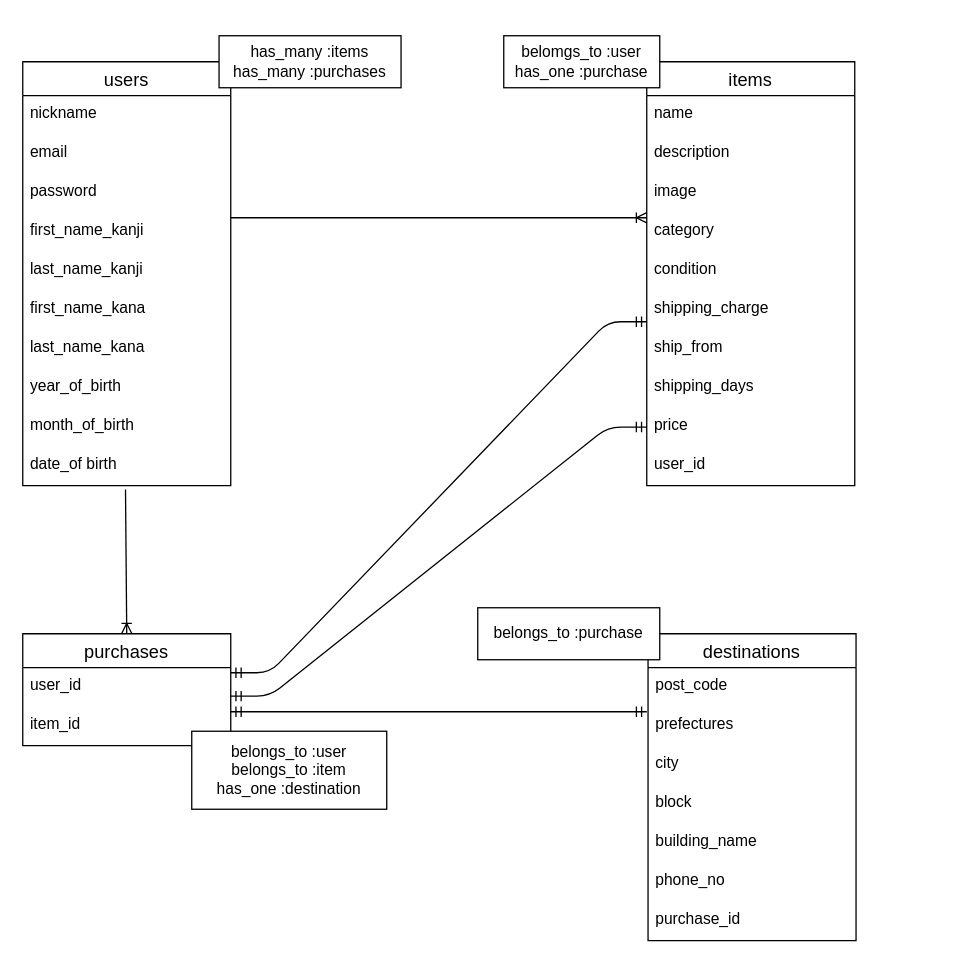
Before: table.dio in blue248/furima-38715, a draw.io diagram. Source tidied: cells renumbered, new cells numbered last; positions are measured from the earlier drawing's top-left corner, leaving out a move shared by most shapes. Both pictures are drawn from the tidied source at 130%, with x=0, y=0 at pixel (22, 35).
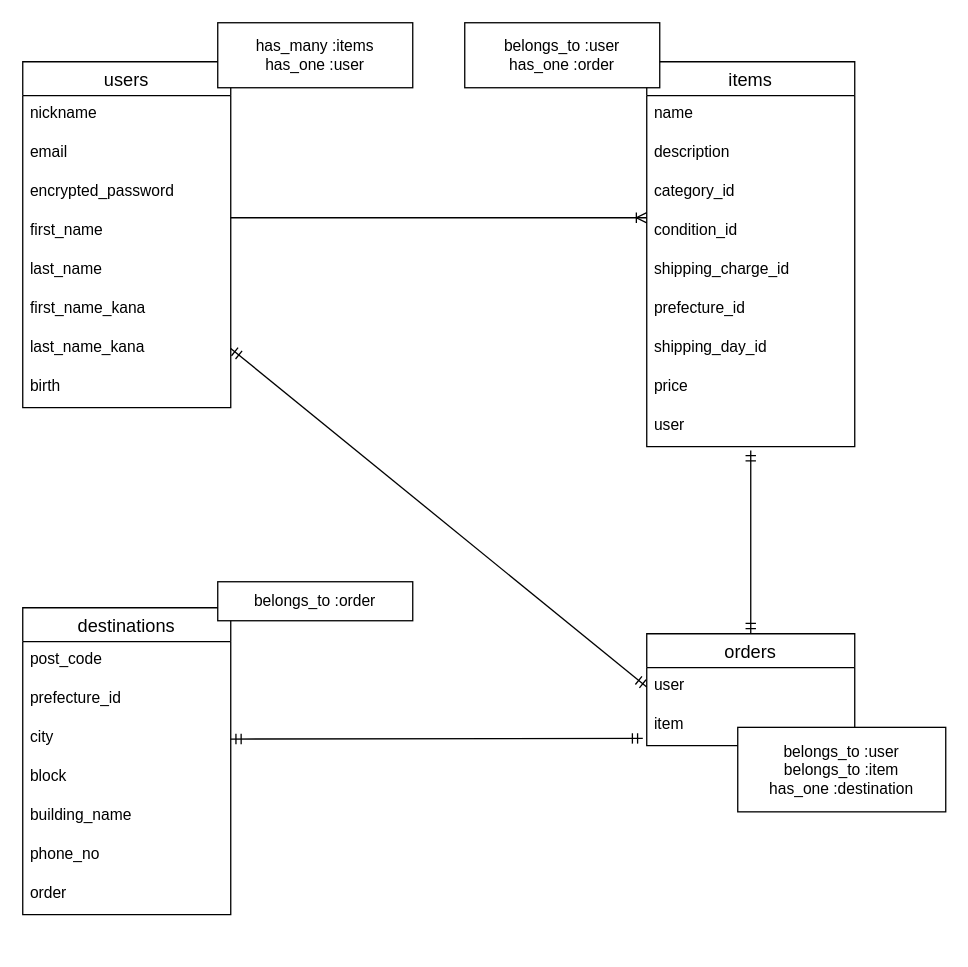
After the change.

Commit message (it also covers changes not shown here):
データベース設計の修正(表記、activehash仕様変更)

The change refers to these unchanged cells:
```xml
<mxCell id="30" value="city" style="text;strokeColor=none;fillColor=none;spacingLeft=4;spacingRight=4;overflow=hidden;points=[[0,0.5],[1,0.5]];portConstraint=eastwest;fontSize=12;" parent="27" vertex="1">
  <mxGeometry y="86" width="160" height="30" as="geometry" />
</mxCell>
```

Diff of the diagram source:
```diff
@@
     <mxCell id="2" value="users" style="swimlane;fontStyle=0;horizontal=1;startSize=26;align=center;fontSize=14;" parent="1" vertex="1">
-      <mxGeometry y="20" width="160" height="326" as="geometry" />
+      <mxGeometry y="20" width="160" height="266" as="geometry" />
     </mxCell>
@@
-    <mxCell id="5" value="password" style="text;strokeColor=none;fillColor=none;spacingLeft=4;spacingRight=4;overflow=hidden;fontSize=12;" parent="2" vertex="1">
+    <mxCell id="5" value="encrypted_password" style="text;strokeColor=none;fillColor=none;spacingLeft=4;spacingRight=4;overflow=hidden;fontSize=12;" parent="2" vertex="1">
       <mxGeometry y="86" width="160" height="30" as="geometry" />
     </mxCell>
-    <mxCell id="6" value="first_name_kanji" style="text;strokeColor=none;fillColor=none;spacingLeft=4;spacingRight=4;overflow=hidden;fontSize=12;" parent="2" vertex="1">
+    <mxCell id="6" value="first_name" style="text;strokeColor=none;fillColor=none;spacingLeft=4;spacingRight=4;overflow=hidden;fontSize=12;" parent="2" vertex="1">
       <mxGeometry y="116" width="160" height="30" as="geometry" />
     </mxCell>
-    <mxCell id="7" value="last_name_kanji" style="text;strokeColor=none;fillColor=none;spacingLeft=4;spacingRight=4;overflow=hidden;fontSize=12;" parent="2" vertex="1">
+    <mxCell id="7" value="last_name" style="text;strokeColor=none;fillColor=none;spacingLeft=4;spacingRight=4;overflow=hidden;fontSize=12;" parent="2" vertex="1">
       <mxGeometry y="146" width="160" height="30" as="geometry" />
     </mxCell>
@@
-    <mxCell id="10" value="year_of_birth" style="text;strokeColor=none;fillColor=none;spacingLeft=4;spacingRight=4;overflow=hidden;fontSize=12;" parent="2" vertex="1">
+    <mxCell id="10" value="birth" style="text;strokeColor=none;fillColor=none;spacingLeft=4;spacingRight=4;overflow=hidden;fontSize=12;" parent="2" vertex="1">
       <mxGeometry y="236" width="160" height="30" as="geometry" />
     </mxCell>
-    <mxCell id="11" value="month_of_birth" style="text;strokeColor=none;fillColor=none;spacingLeft=4;spacingRight=4;overflow=hidden;fontSize=12;" parent="2" vertex="1">
-      <mxGeometry y="266" width="160" height="30" as="geometry" />
-    </mxCell>
-    <mxCell id="12" value="date_of birth" style="text;strokeColor=none;fillColor=none;spacingLeft=4;spacingRight=4;overflow=hidden;points=[[0,0.5],[1,0.5]];portConstraint=eastwest;fontSize=12;" parent="2" vertex="1">
-      <mxGeometry y="296" width="160" height="30" as="geometry" />
-    </mxCell>
     <mxCell id="13" value="items" style="swimlane;fontStyle=0;horizontal=1;startSize=26;align=center;fontSize=14;" parent="1" vertex="1">
-      <mxGeometry x="480" y="20" width="160" height="326" as="geometry" />
+      <mxGeometry x="480" y="20" width="160" height="296" as="geometry" />
     </mxCell>
@@
-    <mxCell id="16" value="image" style="text;strokeColor=none;fillColor=none;spacingLeft=4;spacingRight=4;overflow=hidden;fontSize=12;" parent="13" vertex="1">
-      <mxGeometry y="86" width="160" height="30" as="geometry" />
-    </mxCell>
-    <mxCell id="17" value="category" style="text;strokeColor=none;fillColor=none;spacingLeft=4;spacingRight=4;overflow=hidden;fontSize=12;" parent="13" vertex="1">
-      <mxGeometry y="116" width="160" height="30" as="geometry" />
+    <mxCell id="17" value="category_id" style="text;strokeColor=none;fillColor=none;spacingLeft=4;spacingRight=4;overflow=hidden;fontSize=12;" parent="13" vertex="1">
+      <mxGeometry y="86" width="160" height="30" as="geometry" />
     </mxCell>
-    <mxCell id="18" value="condition" style="text;strokeColor=none;fillColor=none;spacingLeft=4;spacingRight=4;overflow=hidden;fontSize=12;" parent="13" vertex="1">
-      <mxGeometry y="146" width="160" height="30" as="geometry" />
+    <mxCell id="18" value="condition_id" style="text;strokeColor=none;fillColor=none;spacingLeft=4;spacingRight=4;overflow=hidden;fontSize=12;" parent="13" vertex="1">
+      <mxGeometry y="116" width="160" height="30" as="geometry" />
     </mxCell>
-    <mxCell id="19" value="shipping_charge" style="text;strokeColor=none;fillColor=none;spacingLeft=4;spacingRight=4;overflow=hidden;fontSize=12;" parent="13" vertex="1">
-      <mxGeometry y="176" width="160" height="30" as="geometry" />
+    <mxCell id="19" value="shipping_charge_id" style="text;strokeColor=none;fillColor=none;spacingLeft=4;spacingRight=4;overflow=hidden;fontSize=12;" parent="13" vertex="1">
+      <mxGeometry y="146" width="160" height="30" as="geometry" />
     </mxCell>
-    <mxCell id="20" value="ship_from" style="text;strokeColor=none;fillColor=none;spacingLeft=4;spacingRight=4;overflow=hidden;fontSize=12;" parent="13" vertex="1">
-      <mxGeometry y="206" width="160" height="30" as="geometry" />
+    <mxCell id="20" value="prefecture_id" style="text;strokeColor=none;fillColor=none;spacingLeft=4;spacingRight=4;overflow=hidden;fontSize=12;" parent="13" vertex="1">
+      <mxGeometry y="176" width="160" height="30" as="geometry" />
     </mxCell>
-    <mxCell id="21" value="shipping_days" style="text;strokeColor=none;fillColor=none;spacingLeft=4;spacingRight=4;overflow=hidden;fontSize=12;" parent="13" vertex="1">
-      <mxGeometry y="236" width="160" height="30" as="geometry" />
+    <mxCell id="21" value="shipping_day_id" style="text;strokeColor=none;fillColor=none;spacingLeft=4;spacingRight=4;overflow=hidden;fontSize=12;" parent="13" vertex="1">
+      <mxGeometry y="206" width="160" height="30" as="geometry" />
     </mxCell>
     <mxCell id="22" value="price" style="text;strokeColor=none;fillColor=none;spacingLeft=4;spacingRight=4;overflow=hidden;points=[[0,0.5],[1,0.5]];portConstraint=eastwest;fontSize=12;" parent="13" vertex="1">
-      <mxGeometry y="266" width="160" height="30" as="geometry" />
+      <mxGeometry y="236" width="160" height="30" as="geometry" />
     </mxCell>
-    <mxCell id="23" value="user_id" style="text;strokeColor=none;fillColor=none;spacingLeft=4;spacingRight=4;overflow=hidden;points=[[0,0.5],[1,0.5]];portConstraint=eastwest;fontSize=12;" parent="13" vertex="1">
-      <mxGeometry y="296" width="160" height="30" as="geometry" />
+    <mxCell id="23" value="user" style="text;strokeColor=none;fillColor=none;spacingLeft=4;spacingRight=4;overflow=hidden;points=[[0,0.5],[1,0.5]];portConstraint=eastwest;fontSize=12;" parent="13" vertex="1">
+      <mxGeometry y="266" width="160" height="30" as="geometry" />
     </mxCell>
-    <mxCell id="24" value="purchases" style="swimlane;fontStyle=0;horizontal=1;startSize=26;align=center;fontSize=14;" parent="1" vertex="1">
-      <mxGeometry y="460" width="160" height="86" as="geometry" />
+    <mxCell id="24" value="orders" style="swimlane;fontStyle=0;horizontal=1;startSize=26;align=center;fontSize=14;" parent="1" vertex="1">
+      <mxGeometry x="480" y="460" width="160" height="86" as="geometry" />
     </mxCell>
-    <mxCell id="25" value="user_id" style="text;strokeColor=none;fillColor=none;spacingLeft=4;spacingRight=4;overflow=hidden;points=[[0,0.5],[1,0.5]];portConstraint=eastwest;fontSize=12;" parent="24" vertex="1">
+    <mxCell id="25" value="user" style="text;strokeColor=none;fillColor=none;spacingLeft=4;spacingRight=4;overflow=hidden;points=[[0,0.5],[1,0.5]];portConstraint=eastwest;fontSize=12;" parent="24" vertex="1">
       <mxGeometry y="26" width="160" height="30" as="geometry" />
     </mxCell>
-    <mxCell id="26" value="item_id" style="text;strokeColor=none;fillColor=none;spacingLeft=4;spacingRight=4;overflow=hidden;points=[[0,0.5],[1,0.5]];portConstraint=eastwest;fontSize=12;" parent="24" vertex="1">
+    <mxCell id="26" value="item" style="text;strokeColor=none;fillColor=none;spacingLeft=4;spacingRight=4;overflow=hidden;points=[[0,0.5],[1,0.5]];portConstraint=eastwest;fontSize=12;" parent="24" vertex="1">
       <mxGeometry y="56" width="160" height="30" as="geometry" />
     </mxCell>
     <mxCell id="27" value="destinations" style="swimlane;fontStyle=0;horizontal=1;startSize=26;align=center;fontSize=14;" parent="1" vertex="1">
-      <mxGeometry x="481" y="460" width="160" height="236" as="geometry" />
+      <mxGeometry y="440" width="160" height="236" as="geometry" />
     </mxCell>
@@
-    <mxCell id="29" value="prefectures" style="text;strokeColor=none;fillColor=none;spacingLeft=4;spacingRight=4;overflow=hidden;points=[[0,0.5],[1,0.5]];portConstraint=eastwest;fontSize=12;" parent="27" vertex="1">
+    <mxCell id="29" value="prefecture_id" style="text;strokeColor=none;fillColor=none;spacingLeft=4;spacingRight=4;overflow=hidden;points=[[0,0.5],[1,0.5]];portConstraint=eastwest;fontSize=12;" parent="27" vertex="1">
       <mxGeometry y="56" width="160" height="30" as="geometry" />
     </mxCell>
@@
-    <mxCell id="34" value="purchase_id" style="text;strokeColor=none;fillColor=none;spacingLeft=4;spacingRight=4;overflow=hidden;fontSize=12;" parent="27" vertex="1">
+    <mxCell id="34" value="order" style="text;strokeColor=none;fillColor=none;spacingLeft=4;spacingRight=4;overflow=hidden;fontSize=12;" parent="27" vertex="1">
       <mxGeometry y="206" width="160" height="30" as="geometry" />
     </mxCell>
@@
-    <mxCell id="36" style="edgeStyle=entityRelationEdgeStyle;fontSize=12;html=1;endArrow=ERmandOne;startArrow=ERmandOne;exitX=1;exitY=0.5;exitDx=0;exitDy=0;entryX=0;entryY=0.5;entryDx=0;entryDy=0;" parent="1" edge="1" target="22">
-      <mxGeometry relative="1" as="geometry">
-        <mxPoint x="160" y="508" as="sourcePoint" />
-      </mxGeometry>
-    </mxCell>
-    <mxCell id="37" value="has_many :items&lt;br&gt;has_many :purchases" style="whiteSpace=wrap;html=1;align=center;" parent="1" vertex="1">
-      <mxGeometry x="151" width="140" height="40" as="geometry" />
-    </mxCell>
-    <mxCell id="38" value="belomgs_to :user&lt;br&gt;has_one :purchase" style="whiteSpace=wrap;html=1;align=center;" parent="1" vertex="1">
-      <mxGeometry x="370" width="120" height="40" as="geometry" />
-    </mxCell>
+    <mxCell id="42" style="fontSize=12;html=1;endArrow=ERmandOne;startArrow=ERmandOne;rounded=1;exitX=0.5;exitY=0;exitDx=0;exitDy=0;entryX=0.5;entryY=1.1;entryDx=0;entryDy=0;entryPerimeter=0;" parent="1" edge="1" source="24" target="23">
+      <mxGeometry relative="1" as="geometry" />
+    </mxCell>
+    <mxCell id="44" value="has_many :items&lt;br&gt;has_one :user" style="text;html=1;align=center;verticalAlign=middle;whiteSpace=wrap;rounded=0;strokeColor=default;fillColor=#FFFFFF;" parent="1" vertex="1">
+      <mxGeometry x="150" y="-10" width="150" height="50" as="geometry" />
+    </mxCell>
+    <mxCell id="45" value="belongs_to :user&lt;br&gt;has_one :order" style="text;html=1;align=center;verticalAlign=middle;whiteSpace=wrap;rounded=0;strokeColor=default;fillColor=#FFFFFF;" parent="1" vertex="1">
+      <mxGeometry x="340" y="-10" width="150" height="50" as="geometry" />
+    </mxCell>
+    <mxCell id="46" value="belongs_to :order" style="text;html=1;align=center;verticalAlign=middle;whiteSpace=wrap;rounded=0;strokeColor=default;fillColor=#FFFFFF;" parent="1" vertex="1">
+      <mxGeometry x="150" y="420" width="150" height="30" as="geometry" />
+    </mxCell>
+    <mxCell id="47" style="fontSize=12;html=1;endArrow=ERmandOne;startArrow=ERmandOne;entryX=-0.019;entryY=0.817;entryDx=0;entryDy=0;entryPerimeter=0;exitX=1;exitY=0.5;exitDx=0;exitDy=0;" parent="1" edge="1" source="30" target="26">
+      <mxGeometry relative="1" as="geometry" />
+    </mxCell>
+    <mxCell id="48" style="fontSize=12;html=1;endArrow=ERmandOne;startArrow=ERmandOne;entryX=0;entryY=0.5;entryDx=0;entryDy=0;exitX=1;exitY=0.5;exitDx=0;exitDy=0;" parent="1" edge="1" target="25">
+      <mxGeometry relative="1" as="geometry">
+        <mxPoint x="160" y="240.5" as="sourcePoint" />
+      </mxGeometry>
+    </mxCell>
-    <mxCell id="39" value="belongs_to :user&lt;br&gt;belongs_to :item&lt;br&gt;has_one :destination" style="whiteSpace=wrap;html=1;align=center;" parent="1" vertex="1">
-      <mxGeometry x="130" y="535" width="150" height="60" as="geometry" />
+    <mxCell id="39" value="belongs_to :user&lt;br&gt;belongs_to :item&lt;br&gt;has_one :destination" style="text;html=1;align=center;verticalAlign=middle;whiteSpace=wrap;rounded=0;strokeColor=default;fillColor=#FFFFFF;" parent="1" vertex="1">
+      <mxGeometry x="550" y="532" width="160" height="65" as="geometry" />
     </mxCell>
-    <mxCell id="40" value="belongs_to :purchase" style="whiteSpace=wrap;html=1;align=center;" parent="1" vertex="1">
-      <mxGeometry x="350" y="440" width="140" height="40" as="geometry" />
-    </mxCell>
-    <mxCell id="41" style="fontSize=12;html=1;endArrow=ERoneToMany;rounded=1;exitX=0.494;exitY=1.1;exitDx=0;exitDy=0;exitPerimeter=0;entryX=0.5;entryY=0;entryDx=0;entryDy=0;" parent="1" edge="1" source="12" target="24">
-      <mxGeometry relative="1" as="geometry" />
-    </mxCell>
-    <mxCell id="42" style="edgeStyle=entityRelationEdgeStyle;fontSize=12;html=1;endArrow=ERmandOne;startArrow=ERmandOne;rounded=1;" parent="1" edge="1">
-      <mxGeometry relative="1" as="geometry">
-        <mxPoint x="160" y="490" as="sourcePoint" />
-        <mxPoint x="480" y="220" as="targetPoint" />
-      </mxGeometry>
-    </mxCell>
-    <mxCell id="43" style="edgeStyle=entityRelationEdgeStyle;fontSize=12;html=1;endArrow=ERmandOne;startArrow=ERmandOne;rounded=1;entryX=-0.006;entryY=0.133;entryDx=0;entryDy=0;entryPerimeter=0;" parent="1" edge="1" target="29">
-      <mxGeometry relative="1" as="geometry">
-        <mxPoint x="160" y="520" as="sourcePoint" />
-      </mxGeometry>
-    </mxCell>
```
